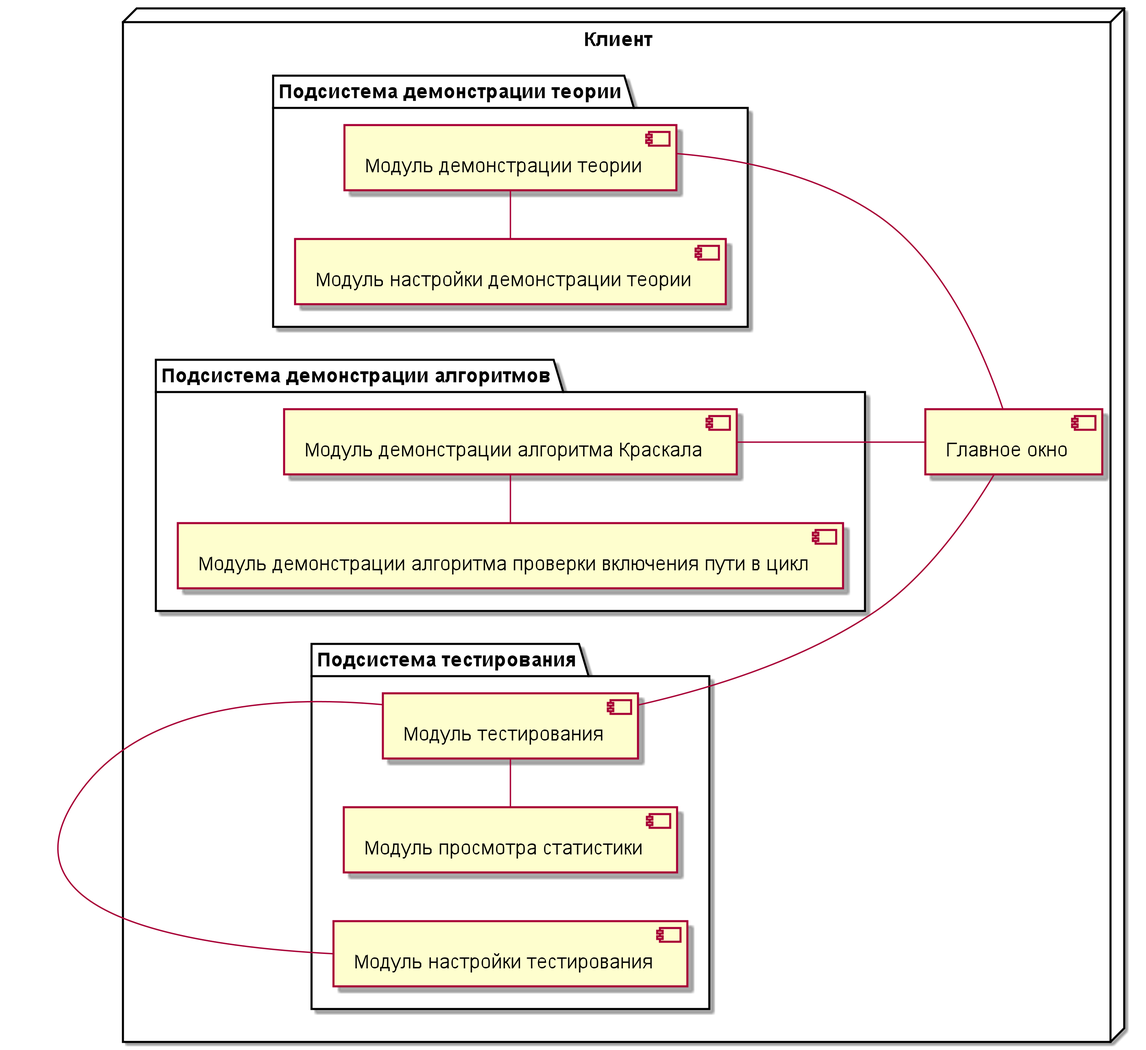
Before: doc/component.png, a diagram exported from PlantUML (vany152/Kruskal).
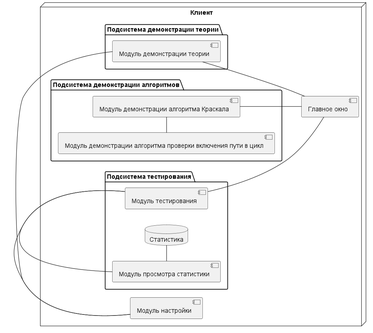
The same diagram one commit later.

Diff of the diagram source:
```diff
@@ -3,30 +3,32 @@
 left to right direction
 
 node "Клиент" {
-  ["Главное окно"]
+  [Главное окно]
 
   package "Подсистема демонстрации теории" {
-    ["Модуль демонстрации теории"]
-    ["Модуль настройки демонстрации теории"]
+    [Модуль демонстрации теории]
   }
-  ["Модуль настройки демонстрации теории"] - ["Модуль демонстрации теории"]
-  ["Модуль демонстрации теории"] -- ["Главное окно"]
+  [Модуль настройки] - [Модуль демонстрации теории]
+  [Модуль демонстрации теории] -- [Главное окно]
 
   package "Подсистема демонстрации алгоритмов" {
-    ["Модуль демонстрации алгоритма Краскала"]
-    ["Модуль демонстрации алгоритма проверки включения пути в цикл"]
+    [Модуль демонстрации алгоритма Краскала]
+    [Модуль демонстрации алгоритма проверки включения пути в цикл]
   }
-  ["Модуль демонстрации алгоритма проверки включения пути в цикл"] - ["Модуль демонстрации алгоритма Краскала"]
-  ["Модуль демонстрации алгоритма Краскала"] -- ["Главное окно"]
+  [Модуль демонстрации алгоритма проверки включения пути в цикл] - [Модуль демонстрации алгоритма Краскала]
+  [Модуль демонстрации алгоритма Краскала] -- [Главное окно]
 
   package "Подсистема тестирования" {
-    ["Модуль тестирования"]
-    ["Модуль просмотра статистики"]
-    ["Модуль настройки тестирования"]
+    [Модуль тестирования]
+    [Модуль просмотра статистики]
+    database Статистика
   }
-  ["Модуль просмотра статистики"] - ["Модуль тестирования"]
-  ["Модуль настройки тестирования"] - ["Модуль тестирования"]
-  ["Модуль тестирования"] -- ["Главное окно"]
+  [Модуль просмотра статистики] - [Модуль тестирования]
+  [Модуль просмотра статистики] - Статистика
+  [Модуль настройки] - [Модуль тестирования]
+  [Модуль тестирования] -- [Главное окно]
+
+  [Модуль настройки]
 }
 
 @enduml
```
